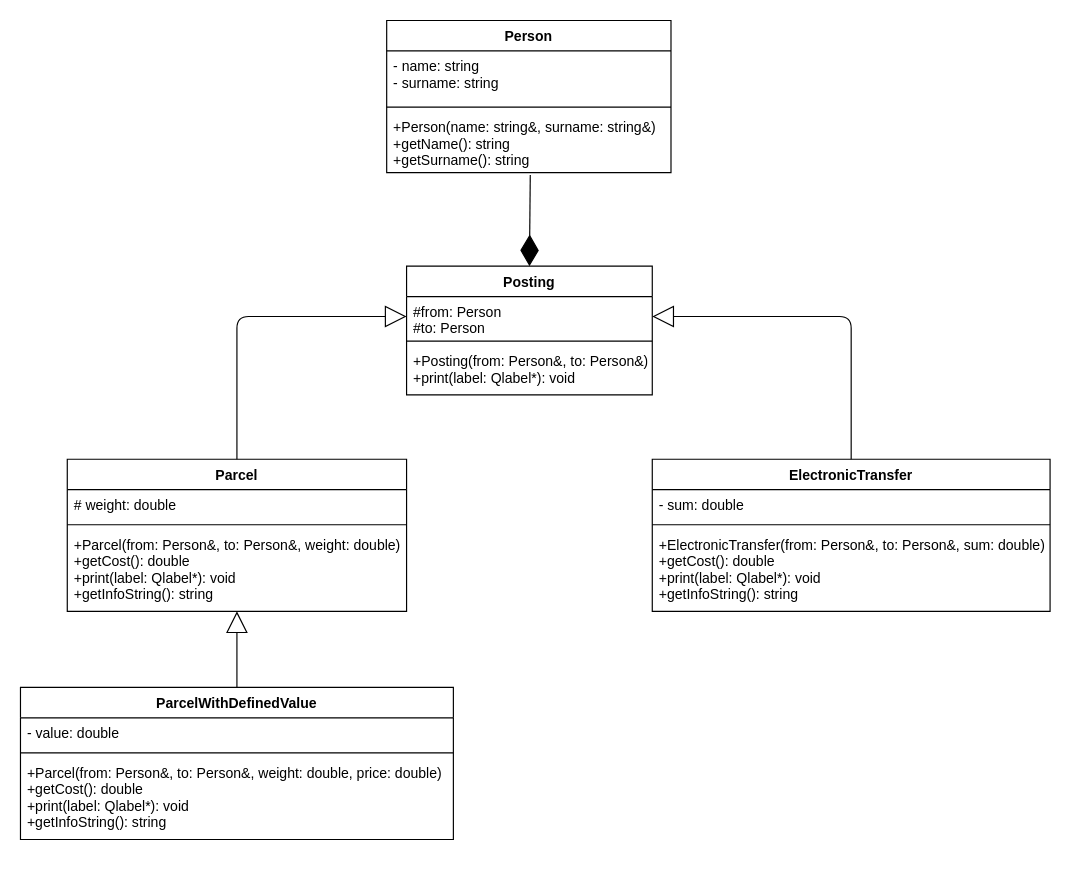
Above: OOP/lab08/Images/Lab08 UML.drawio in Ridjeik/Labs (draw.io), before the change. Source tidied: cells renumbered, new cells numbered last; positions are measured from the earlier drawing's top-left corner, leaving out a move shared by most shapes. Both pictures are drawn from the tidied source at 117%, with x=0, y=0 at pixel (20, 20).
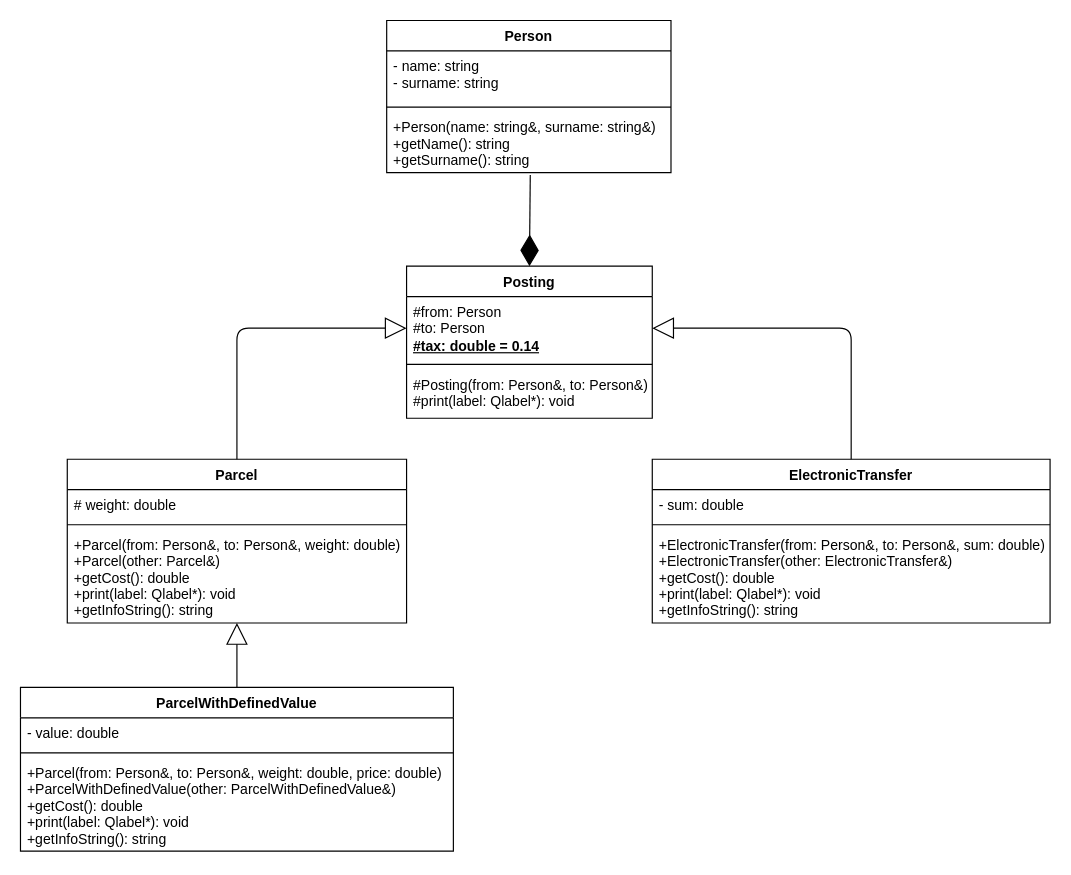
Above is the later version.

What changed in the source:
```diff
@@
     <mxCell id="2" value="Posting" style="swimlane;fontStyle=1;align=center;verticalAlign=top;horizontal=1;startSize=26;" parent="1" vertex="1">
-      <mxGeometry x="330" y="210" width="210" height="110" as="geometry" />
+      <mxGeometry x="330" y="210" width="210" height="130" as="geometry" />
     </mxCell>
-    <mxCell id="3" value="#from: Person&#10;#to: Person" style="text;strokeColor=none;fillColor=none;align=left;verticalAlign=top;spacingLeft=4;spacingRight=4;overflow=hidden;points=[[0,0.5],[1,0.5]];portConstraint=eastwest;" parent="2" vertex="1">
-      <mxGeometry y="26" width="210" height="34" as="geometry" />
+    <mxCell id="3" value="#from: Person&lt;br&gt;#to: Person&lt;br&gt;&lt;u&gt;&lt;b&gt;#tax: double = 0.14&lt;/b&gt;&lt;/u&gt;" style="text;strokeColor=none;fillColor=none;align=left;verticalAlign=top;spacingLeft=4;spacingRight=4;overflow=hidden;points=[[0,0.5],[1,0.5]];portConstraint=eastwest;html=1;" parent="2" vertex="1">
+      <mxGeometry y="26" width="210" height="54" as="geometry" />
     </mxCell>
     <mxCell id="4" style="line;strokeWidth=1;fillColor=none;align=left;verticalAlign=middle;spacingTop=-1;spacingLeft=3;spacingRight=3;labelPosition=right;" parent="2" vertex="1">
-      <mxGeometry y="60" width="210" height="8" as="geometry" />
+      <mxGeometry y="80" width="210" height="8" as="geometry" />
     </mxCell>
-    <mxCell id="5" value="+Posting(from: Person&amp;, to: Person&amp;)&#10;+print(label: Qlabel*): void" style="text;strokeColor=none;fillColor=none;align=left;verticalAlign=top;spacingLeft=4;spacingRight=4;overflow=hidden;" parent="2" vertex="1">
-      <mxGeometry y="68" width="210" height="42" as="geometry" />
+    <mxCell id="5" value="#Posting(from: Person&amp;, to: Person&amp;)&#10;#print(label: Qlabel*): void" style="text;strokeColor=none;fillColor=none;align=left;verticalAlign=top;spacingLeft=4;spacingRight=4;overflow=hidden;" parent="2" vertex="1">
+      <mxGeometry y="88" width="210" height="42" as="geometry" />
     </mxCell>
     <mxCell id="6" value="Parcel" style="swimlane;fontStyle=1;align=center;verticalAlign=top;horizontal=1;startSize=26;" parent="1" vertex="1">
-      <mxGeometry x="40" y="375" width="290" height="130" as="geometry" />
+      <mxGeometry x="40" y="375" width="290" height="140" as="geometry" />
     </mxCell>
@@
-    <mxCell id="9" value="+Parcel(from: Person&amp;, to: Person&amp;, weight: double)&#10;+getCost(): double&#10;+print(label: Qlabel*): void&#10;+getInfoString(): string" style="text;strokeColor=none;fillColor=none;align=left;verticalAlign=top;spacingLeft=4;spacingRight=4;overflow=hidden;points=[[0,0.5],[1,0.5]];portConstraint=eastwest;" parent="6" vertex="1">
-      <mxGeometry y="60" width="290" height="70" as="geometry" />
+    <mxCell id="9" value="+Parcel(from: Person&amp;, to: Person&amp;, weight: double)&#10;+Parcel(other: Parcel&amp;)&#10;+getCost(): double&#10;+print(label: Qlabel*): void&#10;+getInfoString(): string" style="text;strokeColor=none;fillColor=none;align=left;verticalAlign=top;spacingLeft=4;spacingRight=4;overflow=hidden;points=[[0,0.5],[1,0.5]];portConstraint=eastwest;" parent="6" vertex="1">
+      <mxGeometry y="60" width="290" height="80" as="geometry" />
     </mxCell>
@@
     <mxCell id="16" value="ElectronicTransfer" style="swimlane;fontStyle=1;align=center;verticalAlign=top;horizontal=1;startSize=26;" parent="1" vertex="1">
-      <mxGeometry x="540" y="375" width="340" height="130" as="geometry" />
+      <mxGeometry x="540" y="375" width="340" height="140" as="geometry" />
     </mxCell>
@@
-    <mxCell id="19" value="+ElectronicTransfer(from: Person&amp;, to: Person&amp;, sum: double)&#10;+getCost(): double&#10;+print(label: Qlabel*): void&#10;+getInfoString(): string&#10;" style="text;strokeColor=none;fillColor=none;align=left;verticalAlign=top;spacingLeft=4;spacingRight=4;overflow=hidden;" parent="16" vertex="1">
-      <mxGeometry y="60" width="340" height="70" as="geometry" />
+    <mxCell id="19" value="+ElectronicTransfer(from: Person&amp;, to: Person&amp;, sum: double)&#10;+ElectronicTransfer(other: ElectronicTransfer&amp;)&#10;+getCost(): double&#10;+print(label: Qlabel*): void&#10;+getInfoString(): string&#10;" style="text;strokeColor=none;fillColor=none;align=left;verticalAlign=top;spacingLeft=4;spacingRight=4;overflow=hidden;" parent="16" vertex="1">
+      <mxGeometry y="60" width="340" height="80" as="geometry" />
     </mxCell>
@@
     <mxCell id="21" value="ParcelWithDefinedValue" style="swimlane;fontStyle=1;align=center;verticalAlign=top;horizontal=1;startSize=26;" parent="1" vertex="1">
-      <mxGeometry y="570" width="370" height="130" as="geometry" />
+      <mxGeometry y="570" width="370" height="140" as="geometry" />
     </mxCell>
@@
-    <mxCell id="24" value="+Parcel(from: Person&amp;, to: Person&amp;, weight: double, price: double)&#10;+getCost(): double&#10;+print(label: Qlabel*): void&#10;+getInfoString(): string" style="text;strokeColor=none;fillColor=none;align=left;verticalAlign=top;spacingLeft=4;spacingRight=4;overflow=hidden;" parent="21" vertex="1">
-      <mxGeometry y="60" width="370" height="70" as="geometry" />
+    <mxCell id="24" value="+Parcel(from: Person&amp;, to: Person&amp;, weight: double, price: double)&#10;+ParcelWithDefinedValue(other: ParcelWithDefinedValue&amp;)&#10;+getCost(): double&#10;+print(label: Qlabel*): void&#10;+getInfoString(): string" style="text;strokeColor=none;fillColor=none;align=left;verticalAlign=top;spacingLeft=4;spacingRight=4;overflow=hidden;" parent="21" vertex="1">
+      <mxGeometry y="60" width="370" height="80" as="geometry" />
     </mxCell>
```
